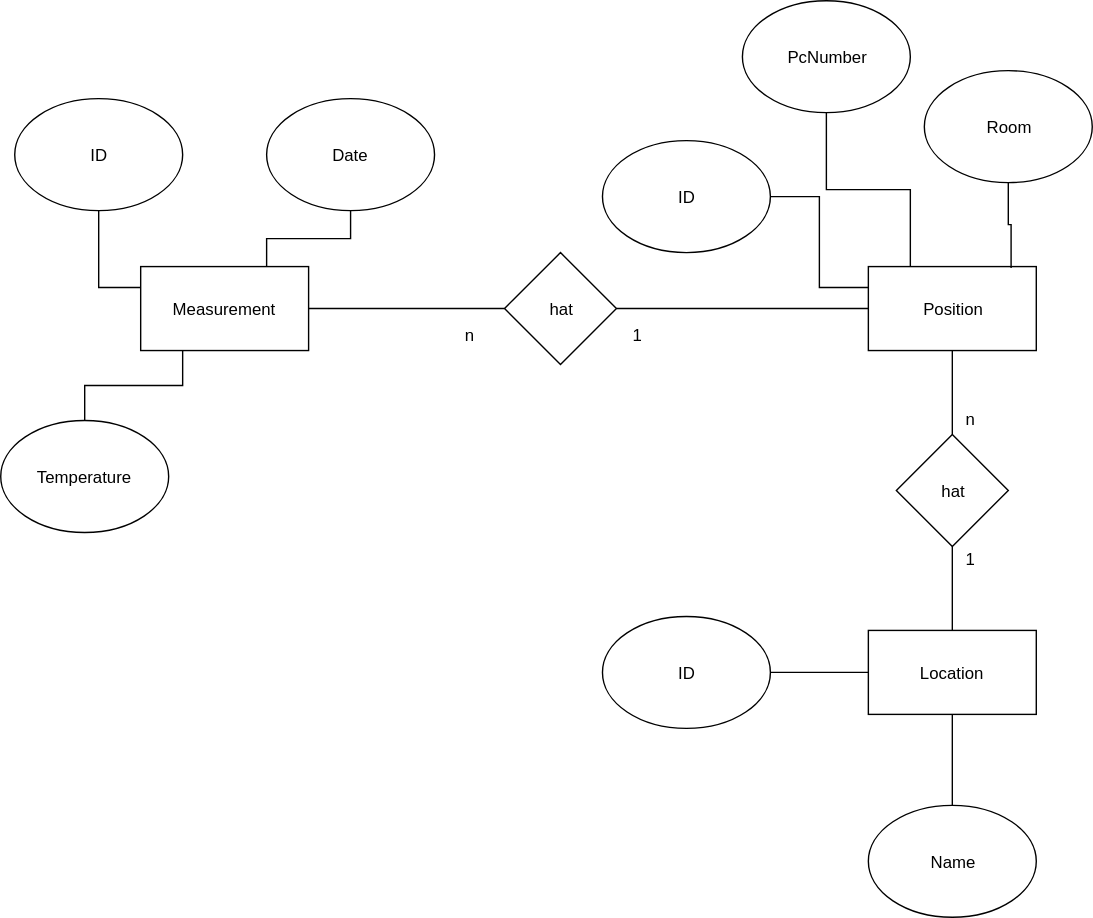
This is Dokumentation/ERM.svg from mightypanders/hnbk-serial-client, a draw.io export, as it was before one commit. Source tidied: cells renumbered, new cells last; positions are measured from the earlier drawing's top-left corner, leaving out a move shared by most shapes. Its diagram source:
```xml
<mxGraphModel background="#ffffff">
  <root>
    <mxCell id="0" />
    <mxCell id="1" parent="0" />
    <mxCell id="2" style="edgeStyle=orthogonalEdgeStyle;rounded=0;html=1;entryX=0;entryY=0.5;jettySize=auto;endArrow=none;endFill=0;" parent="1" edge="1" source="3" target="11">
      <mxGeometry relative="1" as="geometry" />
    </mxCell>
    <mxCell id="3" value="Measurement" style="rounded=0;whiteSpace=wrap;html=1;" parent="1" vertex="1">
      <mxGeometry x="100" y="190" width="120" height="60" as="geometry" />
    </mxCell>
    <mxCell id="4" style="edgeStyle=orthogonalEdgeStyle;rounded=0;html=1;entryX=0;entryY=0.25;endArrow=none;endFill=0;jettySize=auto;" parent="1" edge="1" source="5" target="3">
      <mxGeometry relative="1" as="geometry" />
    </mxCell>
    <mxCell id="5" value="ID" style="ellipse;whiteSpace=wrap;html=1;" parent="1" vertex="1">
      <mxGeometry x="10" y="70" width="120" height="80" as="geometry" />
    </mxCell>
    <mxCell id="6" style="edgeStyle=orthogonalEdgeStyle;rounded=0;html=1;entryX=0.75;entryY=0;endArrow=none;endFill=0;jettySize=auto;" parent="1" edge="1" source="7" target="3">
      <mxGeometry relative="1" as="geometry" />
    </mxCell>
    <mxCell id="7" value="Date" style="ellipse;whiteSpace=wrap;html=1;" parent="1" vertex="1">
      <mxGeometry x="190" y="70" width="120" height="80" as="geometry" />
    </mxCell>
    <mxCell id="8" style="edgeStyle=orthogonalEdgeStyle;rounded=0;html=1;exitX=0.5;exitY=0;entryX=0.25;entryY=1;endArrow=none;endFill=0;jettySize=auto;" parent="1" edge="1" source="9" target="3">
      <mxGeometry relative="1" as="geometry" />
    </mxCell>
    <mxCell id="9" value="Temperature" style="ellipse;whiteSpace=wrap;html=1;" parent="1" vertex="1">
      <mxGeometry y="300" width="120" height="80" as="geometry" />
    </mxCell>
    <mxCell id="10" style="edgeStyle=orthogonalEdgeStyle;rounded=0;html=1;exitX=1;exitY=0.5;entryX=0;entryY=0.5;endArrow=none;endFill=0;jettySize=auto;" parent="1" edge="1" source="11" target="14">
      <mxGeometry relative="1" as="geometry" />
    </mxCell>
    <mxCell id="11" value="hat" style="rhombus;whiteSpace=wrap;html=1;" parent="1" vertex="1">
      <mxGeometry x="360" y="180" width="80" height="80" as="geometry" />
    </mxCell>
    <mxCell id="12" value="Location" style="rounded=0;whiteSpace=wrap;html=1;" parent="1" vertex="1">
      <mxGeometry x="620" y="450" width="120" height="60" as="geometry" />
    </mxCell>
    <mxCell id="13" style="edgeStyle=orthogonalEdgeStyle;rounded=0;html=1;entryX=0.5;entryY=0;endArrow=none;endFill=0;jettySize=auto;" parent="1" edge="1" source="14" target="15">
      <mxGeometry relative="1" as="geometry" />
    </mxCell>
    <mxCell id="14" value="Position" style="rounded=0;whiteSpace=wrap;html=1;" parent="1" vertex="1">
      <mxGeometry x="620" y="190" width="120" height="60" as="geometry" />
    </mxCell>
    <mxCell id="15" value="hat" style="rhombus;whiteSpace=wrap;html=1;" parent="1" vertex="1">
      <mxGeometry x="640" y="310" width="80" height="80" as="geometry" />
    </mxCell>
    <mxCell id="16" style="edgeStyle=orthogonalEdgeStyle;rounded=0;html=1;entryX=0;entryY=0.25;endArrow=none;endFill=0;jettySize=auto;" parent="1" edge="1" source="17" target="14">
      <mxGeometry relative="1" as="geometry" />
    </mxCell>
    <mxCell id="17" value="ID" style="ellipse;whiteSpace=wrap;html=1;" parent="1" vertex="1">
      <mxGeometry x="430" y="100" width="120" height="80" as="geometry" />
    </mxCell>
    <mxCell id="18" style="edgeStyle=orthogonalEdgeStyle;rounded=0;html=1;entryX=0.25;entryY=0;endArrow=none;endFill=0;jettySize=auto;" parent="1" edge="1" source="19" target="14">
      <mxGeometry relative="1" as="geometry" />
    </mxCell>
    <mxCell id="19" value="PcNumber" style="ellipse;whiteSpace=wrap;html=1;" parent="1" vertex="1">
      <mxGeometry x="530" width="120" height="80" as="geometry" />
    </mxCell>
    <mxCell id="20" style="edgeStyle=orthogonalEdgeStyle;rounded=0;html=1;entryX=0.85;entryY=0.017;entryPerimeter=0;endArrow=none;endFill=0;jettySize=auto;" parent="1" edge="1" source="21" target="14">
      <mxGeometry relative="1" as="geometry" />
    </mxCell>
    <mxCell id="21" value="Room" style="ellipse;whiteSpace=wrap;html=1;" parent="1" vertex="1">
      <mxGeometry x="660" y="50" width="120" height="80" as="geometry" />
    </mxCell>
    <mxCell id="22" style="edgeStyle=orthogonalEdgeStyle;rounded=0;html=1;entryX=0;entryY=0.5;endArrow=none;endFill=0;jettySize=auto;" parent="1" edge="1" source="23" target="12">
      <mxGeometry relative="1" as="geometry" />
    </mxCell>
    <mxCell id="23" value="ID" style="ellipse;whiteSpace=wrap;html=1;" parent="1" vertex="1">
      <mxGeometry x="430" y="440" width="120" height="80" as="geometry" />
    </mxCell>
    <mxCell id="24" style="edgeStyle=orthogonalEdgeStyle;rounded=0;html=1;entryX=0.5;entryY=1;endArrow=none;endFill=0;jettySize=auto;" parent="1" edge="1" source="25" target="12">
      <mxGeometry relative="1" as="geometry" />
    </mxCell>
    <mxCell id="25" value="Name" style="ellipse;whiteSpace=wrap;html=1;" parent="1" vertex="1">
      <mxGeometry x="620" y="575" width="120" height="80" as="geometry" />
    </mxCell>
    <mxCell id="26" style="endArrow=none;html=1;exitX=0.5;exitY=0;entryX=0.5;entryY=1;" parent="1" edge="1" source="12" target="15">
      <mxGeometry relative="1" as="geometry" />
    </mxCell>
    <mxCell id="27" value="1" style="text;html=1;align=left;verticalAlign=top;spacingTop=-4;" parent="1" vertex="1">
      <mxGeometry x="688" y="390" width="20" height="20" as="geometry" />
    </mxCell>
    <mxCell id="28" value="n" style="text;html=1;align=left;verticalAlign=top;spacingTop=-4;" parent="1" vertex="1">
      <mxGeometry x="688" y="290" width="20" height="20" as="geometry" />
    </mxCell>
    <mxCell id="29" value="1" style="text;html=1;align=left;verticalAlign=top;spacingTop=-4;" parent="1" vertex="1">
      <mxGeometry x="450" y="230" width="20" height="20" as="geometry" />
    </mxCell>
    <mxCell id="30" value="n" style="text;html=1;align=left;verticalAlign=top;spacingTop=-4;" parent="1" vertex="1">
      <mxGeometry x="330" y="230" width="20" height="20" as="geometry" />
    </mxCell>
  </root>
</mxGraphModel>
```
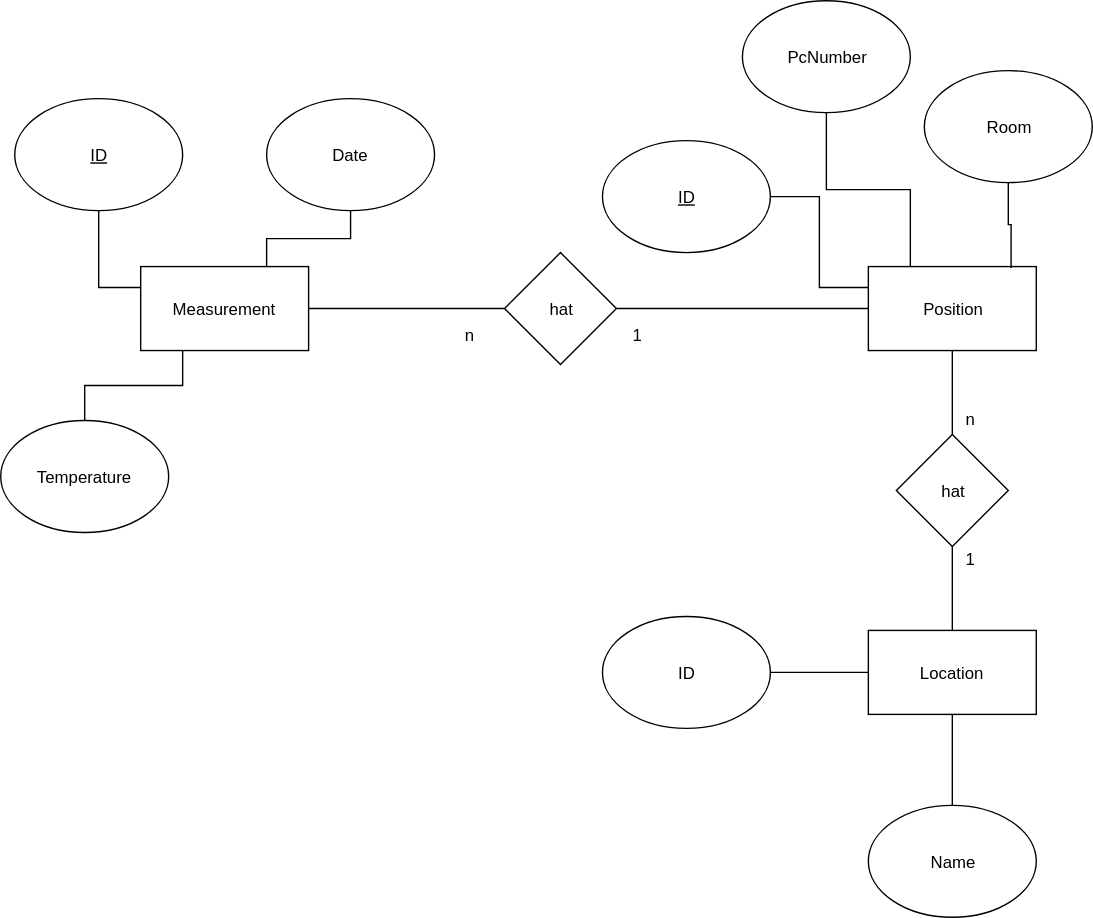
The same file after the commit.

The edit, as a diff of the source:
```diff
@@ -11,7 +11,7 @@
     <mxCell id="4" style="edgeStyle=orthogonalEdgeStyle;rounded=0;html=1;entryX=0;entryY=0.25;endArrow=none;endFill=0;jettySize=auto;" parent="1" edge="1" source="5" target="3">
       <mxGeometry relative="1" as="geometry" />
     </mxCell>
-    <mxCell id="5" value="ID" style="ellipse;whiteSpace=wrap;html=1;" parent="1" vertex="1">
+    <mxCell id="5" value="&lt;u&gt;ID&lt;/u&gt;" style="ellipse;whiteSpace=wrap;html=1;" parent="1" vertex="1">
       <mxGeometry x="10" y="70" width="120" height="80" as="geometry" />
     </mxCell>
     <mxCell id="6" style="edgeStyle=orthogonalEdgeStyle;rounded=0;html=1;entryX=0.75;entryY=0;endArrow=none;endFill=0;jettySize=auto;" parent="1" edge="1" source="7" target="3">
@@ -47,7 +47,7 @@
     <mxCell id="16" style="edgeStyle=orthogonalEdgeStyle;rounded=0;html=1;entryX=0;entryY=0.25;endArrow=none;endFill=0;jettySize=auto;" parent="1" edge="1" source="17" target="14">
       <mxGeometry relative="1" as="geometry" />
     </mxCell>
-    <mxCell id="17" value="ID" style="ellipse;whiteSpace=wrap;html=1;" parent="1" vertex="1">
+    <mxCell id="17" value="&lt;u&gt;ID&lt;/u&gt;" style="ellipse;whiteSpace=wrap;html=1;" parent="1" vertex="1">
       <mxGeometry x="430" y="100" width="120" height="80" as="geometry" />
     </mxCell>
     <mxCell id="18" style="edgeStyle=orthogonalEdgeStyle;rounded=0;html=1;entryX=0.25;entryY=0;endArrow=none;endFill=0;jettySize=auto;" parent="1" edge="1" source="19" target="14">
```
